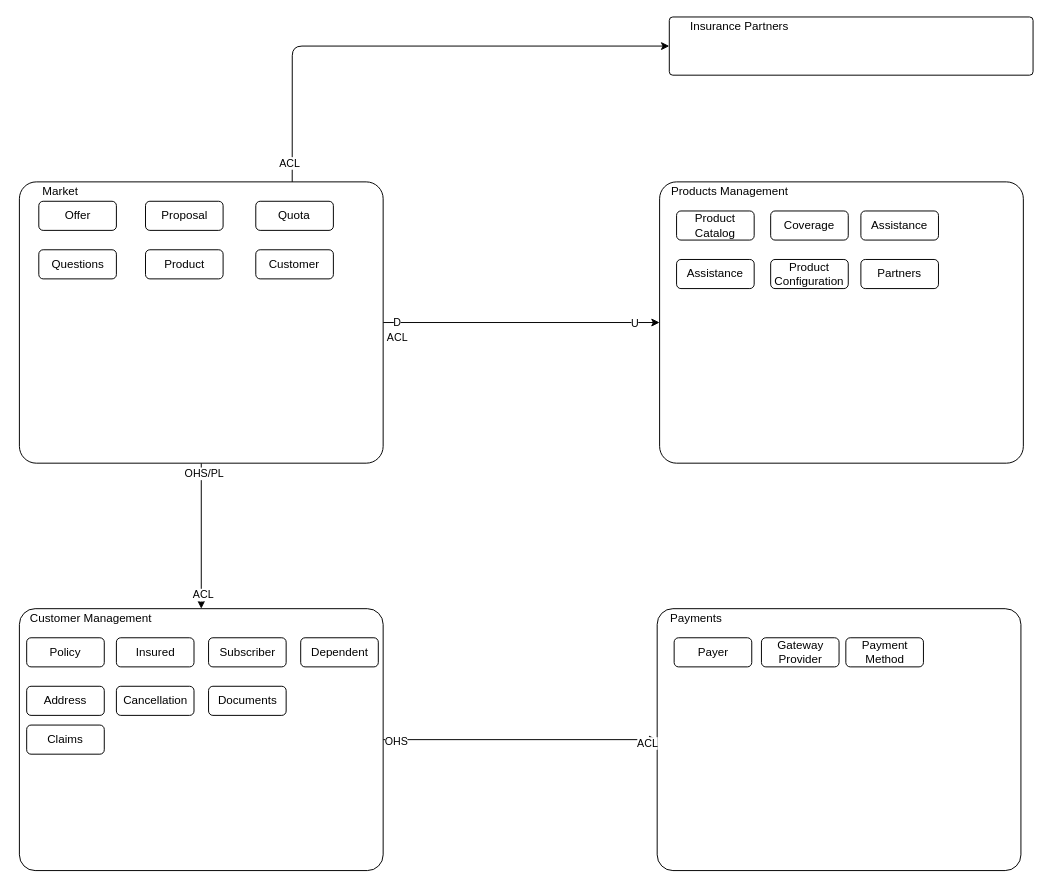
Earlier version of the draw.io diagram page "DDD" (2 of 2) of localInsurance.drawio (osnirmaster/localinsurance). Source tidied: cells renumbered, new cells numbered last; positions are measured from the earlier drawing's top-left corner, leaving out a move shared by most shapes. Both pictures are drawn from the tidied source at 97%, with x=0, y=0 at pixel (16, 16).
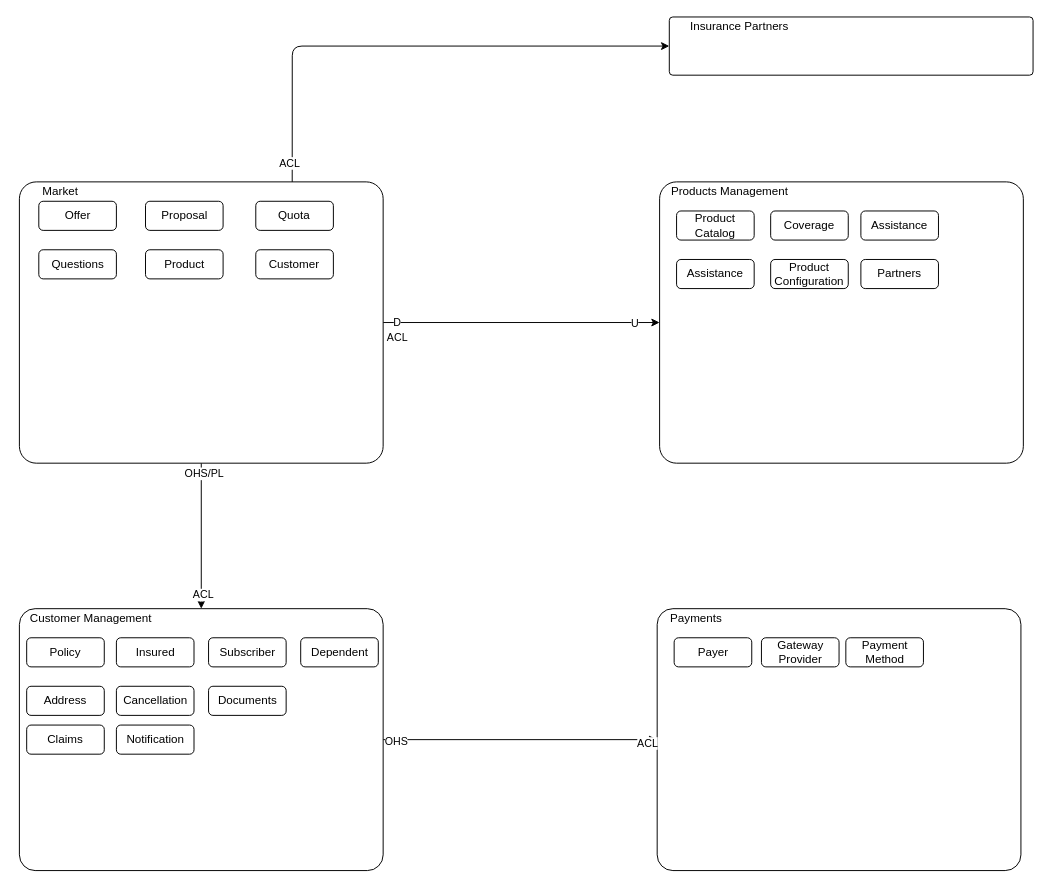
Above is the later version.

The edit, as a diff of the source:
```diff
@@
+    <mxCell id="48" value="Notification" style="rounded=1;whiteSpace=wrap;html=1;" parent="1" vertex="1">
+      <mxGeometry x="102.5" y="730" width="80" height="30" as="geometry" />
+    </mxCell>
```
